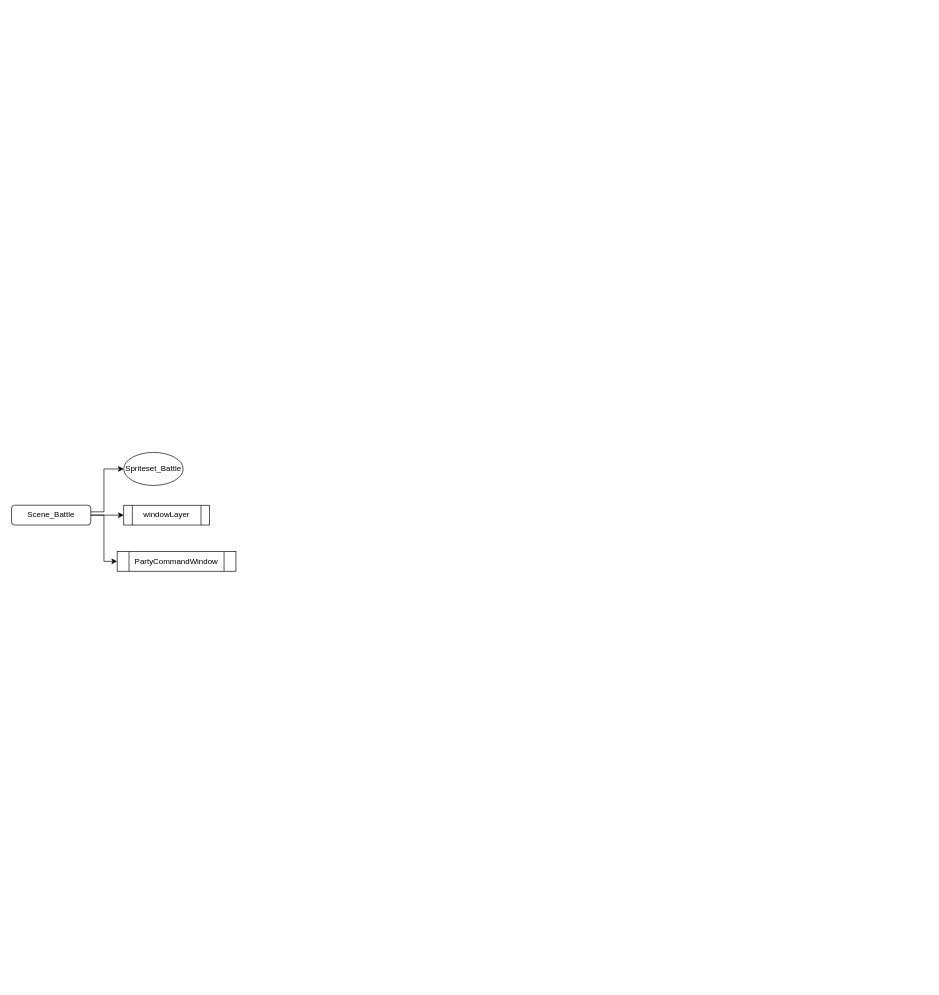
demonxian3/draw.io keeps this draw.io diagram as 未命名绘图.drawio. Above is the earlier version. Source tidied: cells renumbered, new cells numbered last; positions are measured from the earlier drawing's top-left corner, leaving out a move shared by most shapes. Both pictures are drawn from the tidied source at 66%, with x=0, y=0 at pixel (11, 452).
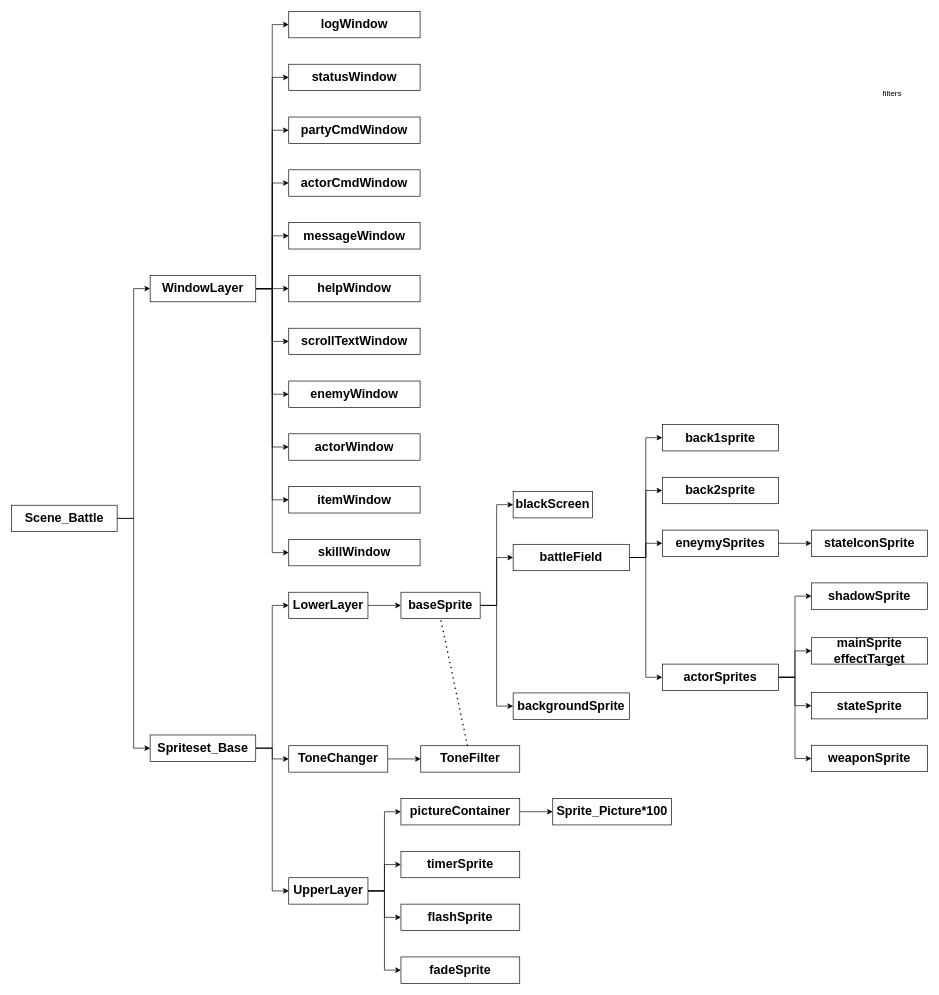
After the change.

The edit, as a diff of the source:
```diff
@@
-    <mxCell id="2" style="edgeStyle=orthogonalEdgeStyle;rounded=0;jettySize=auto;html=1;entryX=0;entryY=0.5;entryDx=0;entryDy=0;" parent="1" edge="1" source="5" target="6">
-      <mxGeometry relative="1" as="geometry">
-        <Array as="points">
-          <mxPoint x="140" y="90" />
-          <mxPoint x="140" y="25" />
-        </Array>
-      </mxGeometry>
-    </mxCell>
-    <mxCell id="3" style="edgeStyle=orthogonalEdgeStyle;rounded=0;jettySize=auto;html=1;" parent="1" edge="1" source="5" target="7">
-      <mxGeometry relative="1" as="geometry" />
-    </mxCell>
-    <mxCell id="4" style="edgeStyle=orthogonalEdgeStyle;rounded=0;jettySize=auto;html=1;entryX=0;entryY=0.5;entryDx=0;entryDy=0;" parent="1" edge="1" source="5" target="8">
-      <mxGeometry relative="1" as="geometry" />
-    </mxCell>
+    <mxCell id="9" style="edgeStyle=orthogonalEdgeStyle;rounded=0;jettySize=auto;html=1;entryX=0;entryY=0.5;entryDx=0;entryDy=0;" parent="1" edge="1" source="10" target="14">
+      <mxGeometry relative="1" as="geometry" />
+    </mxCell>
+    <mxCell id="10" value="&lt;b&gt;&lt;font style=&quot;font-size: 19px;&quot;&gt;LowerLayer&lt;/font&gt;&lt;/b&gt;" style="rounded=0;whiteSpace=wrap;html=1;" parent="1" vertex="1">
+      <mxGeometry x="420" y="211.8" width="120" height="40" as="geometry" />
+    </mxCell>
+    <mxCell id="11" style="edgeStyle=orthogonalEdgeStyle;rounded=0;jettySize=auto;html=1;entryX=0;entryY=0.5;entryDx=0;entryDy=0;" parent="1" edge="1" source="14" target="15">
+      <mxGeometry relative="1" as="geometry" />
+    </mxCell>
+    <mxCell id="12" style="edgeStyle=orthogonalEdgeStyle;rounded=0;jettySize=auto;html=1;entryX=0;entryY=0.5;entryDx=0;entryDy=0;" parent="1" edge="1" source="14" target="21">
+      <mxGeometry relative="1" as="geometry" />
+    </mxCell>
+    <mxCell id="13" style="edgeStyle=orthogonalEdgeStyle;rounded=0;jettySize=auto;html=1;entryX=0;entryY=0.5;entryDx=0;entryDy=0;" parent="1" edge="1" source="14" target="16">
+      <mxGeometry relative="1" as="geometry" />
+    </mxCell>
+    <mxCell id="14" value="&lt;span style=&quot;font-size: 19px;&quot;&gt;&lt;b&gt;baseSprite&lt;/b&gt;&lt;/span&gt;" style="rounded=0;whiteSpace=wrap;html=1;" parent="1" vertex="1">
+      <mxGeometry x="590" y="211.8" width="120" height="40" as="geometry" />
+    </mxCell>
+    <mxCell id="15" value="&lt;span style=&quot;font-size: 19px;&quot;&gt;&lt;b&gt;blackScreen&lt;/b&gt;&lt;/span&gt;" style="rounded=0;whiteSpace=wrap;html=1;" parent="1" vertex="1">
+      <mxGeometry x="760" y="59.2" width="120" height="40" as="geometry" />
+    </mxCell>
+    <mxCell id="16" value="&lt;span style=&quot;font-size: 19px;&quot;&gt;&lt;b&gt;backgroundSprite&lt;br&gt;&lt;/b&gt;&lt;/span&gt;" style="rounded=0;whiteSpace=wrap;html=1;" parent="1" vertex="1">
+      <mxGeometry x="760" y="364.4" width="176" height="40" as="geometry" />
+    </mxCell>
+    <mxCell id="17" style="edgeStyle=orthogonalEdgeStyle;rounded=0;jettySize=auto;html=1;entryX=0;entryY=0.5;entryDx=0;entryDy=0;" parent="1" edge="1" source="21" target="22">
+      <mxGeometry relative="1" as="geometry" />
+    </mxCell>
+    <mxCell id="18" style="edgeStyle=orthogonalEdgeStyle;rounded=0;jettySize=auto;html=1;entryX=0;entryY=0.5;entryDx=0;entryDy=0;" parent="1" edge="1" source="21" target="23">
+      <mxGeometry relative="1" as="geometry" />
+    </mxCell>
+    <mxCell id="19" style="edgeStyle=orthogonalEdgeStyle;rounded=0;jettySize=auto;html=1;entryX=0;entryY=0.5;entryDx=0;entryDy=0;" parent="1" edge="1" source="21" target="25">
+      <mxGeometry relative="1" as="geometry" />
+    </mxCell>
+    <mxCell id="20" style="edgeStyle=orthogonalEdgeStyle;rounded=0;jettySize=auto;html=1;entryX=0;entryY=0.5;entryDx=0;entryDy=0;" parent="1" edge="1" source="21" target="30">
+      <mxGeometry relative="1" as="geometry" />
+    </mxCell>
+    <mxCell id="21" value="&lt;span style=&quot;font-size: 19px;&quot;&gt;&lt;b&gt;battleField&lt;br&gt;&lt;/b&gt;&lt;/span&gt;" style="rounded=0;whiteSpace=wrap;html=1;" parent="1" vertex="1">
+      <mxGeometry x="760" y="139.2" width="176" height="40" as="geometry" />
+    </mxCell>
+    <mxCell id="22" value="&lt;span style=&quot;font-size: 19px;&quot;&gt;&lt;b&gt;back1sprite&lt;br&gt;&lt;/b&gt;&lt;/span&gt;" style="rounded=0;whiteSpace=wrap;html=1;" parent="1" vertex="1">
+      <mxGeometry x="986" y="-42.3" width="176" height="40" as="geometry" />
+    </mxCell>
+    <mxCell id="23" value="&lt;span style=&quot;font-size: 19px;&quot;&gt;&lt;b&gt;back2sprite&lt;br&gt;&lt;/b&gt;&lt;/span&gt;" style="rounded=0;whiteSpace=wrap;html=1;" parent="1" vertex="1">
+      <mxGeometry x="986" y="37.7" width="176" height="40" as="geometry" />
+    </mxCell>
+    <mxCell id="24" style="edgeStyle=orthogonalEdgeStyle;rounded=0;jettySize=auto;html=1;" parent="1" edge="1" source="25" target="31">
+      <mxGeometry relative="1" as="geometry" />
+    </mxCell>
+    <mxCell id="25" value="&lt;span style=&quot;font-size: 19px;&quot;&gt;&lt;b&gt;eneymySprites&lt;br&gt;&lt;/b&gt;&lt;/span&gt;" style="rounded=0;whiteSpace=wrap;html=1;" parent="1" vertex="1">
+      <mxGeometry x="986" y="117.7" width="176" height="40" as="geometry" />
+    </mxCell>
+    <mxCell id="26" style="edgeStyle=orthogonalEdgeStyle;rounded=0;jettySize=auto;html=1;entryX=0;entryY=0.5;entryDx=0;entryDy=0;" parent="1" edge="1" source="30" target="32">
+      <mxGeometry relative="1" as="geometry" />
+    </mxCell>
+    <mxCell id="27" style="edgeStyle=orthogonalEdgeStyle;rounded=0;jettySize=auto;html=1;entryX=0;entryY=0.5;entryDx=0;entryDy=0;" parent="1" edge="1" source="30" target="33">
+      <mxGeometry relative="1" as="geometry" />
+    </mxCell>
+    <mxCell id="28" style="edgeStyle=orthogonalEdgeStyle;rounded=0;jettySize=auto;html=1;entryX=0;entryY=0.5;entryDx=0;entryDy=0;" parent="1" edge="1" source="30" target="34">
+      <mxGeometry relative="1" as="geometry" />
+    </mxCell>
+    <mxCell id="29" style="edgeStyle=orthogonalEdgeStyle;rounded=0;jettySize=auto;html=1;entryX=0;entryY=0.5;entryDx=0;entryDy=0;" parent="1" edge="1" source="30" target="79">
+      <mxGeometry relative="1" as="geometry" />
+    </mxCell>
+    <mxCell id="30" value="&lt;span style=&quot;font-size: 19px;&quot;&gt;&lt;b&gt;actorSprites&lt;br&gt;&lt;/b&gt;&lt;/span&gt;" style="rounded=0;whiteSpace=wrap;html=1;" parent="1" vertex="1">
+      <mxGeometry x="986" y="320.7" width="176" height="40" as="geometry" />
+    </mxCell>
+    <mxCell id="31" value="&lt;span style=&quot;font-size: 19px;&quot;&gt;&lt;b&gt;stateIconSprite&lt;br&gt;&lt;/b&gt;&lt;/span&gt;" style="rounded=0;whiteSpace=wrap;html=1;" parent="1" vertex="1">
+      <mxGeometry x="1212" y="117.7" width="176" height="40" as="geometry" />
+    </mxCell>
+    <mxCell id="32" value="&lt;span style=&quot;font-size: 19px;&quot;&gt;&lt;b&gt;shadowSprite&lt;br&gt;&lt;/b&gt;&lt;/span&gt;" style="rounded=0;whiteSpace=wrap;html=1;" parent="1" vertex="1">
+      <mxGeometry x="1212" y="197.7" width="176" height="40" as="geometry" />
+    </mxCell>
+    <mxCell id="33" value="&lt;span style=&quot;font-size: 19px;&quot;&gt;&lt;b&gt;mainSprite&lt;br&gt;effectTarget&lt;br&gt;&lt;/b&gt;&lt;/span&gt;" style="rounded=0;whiteSpace=wrap;html=1;" parent="1" vertex="1">
+      <mxGeometry x="1212" y="280.7" width="176" height="40" as="geometry" />
+    </mxCell>
+    <mxCell id="34" value="&lt;span style=&quot;font-size: 19px;&quot;&gt;&lt;b&gt;stateSprite&lt;br&gt;&lt;/b&gt;&lt;/span&gt;" style="rounded=0;whiteSpace=wrap;html=1;" parent="1" vertex="1">
+      <mxGeometry x="1212" y="363.7" width="176" height="40" as="geometry" />
+    </mxCell>
+    <mxCell id="35" style="edgeStyle=orthogonalEdgeStyle;rounded=0;jettySize=auto;html=1;entryX=0;entryY=0.5;entryDx=0;entryDy=0;" parent="1" edge="1" source="38" target="10">
+      <mxGeometry relative="1" as="geometry" />
+    </mxCell>
+    <mxCell id="36" style="edgeStyle=orthogonalEdgeStyle;rounded=0;jettySize=auto;html=1;entryX=0;entryY=0.5;entryDx=0;entryDy=0;" parent="1" edge="1" source="38" target="40">
+      <mxGeometry relative="1" as="geometry" />
+    </mxCell>
+    <mxCell id="37" style="edgeStyle=orthogonalEdgeStyle;rounded=0;jettySize=auto;html=1;entryX=0;entryY=0.5;entryDx=0;entryDy=0;" parent="1" edge="1" source="38" target="47">
+      <mxGeometry relative="1" as="geometry" />
+    </mxCell>
+    <mxCell id="38" value="&lt;b&gt;&lt;font style=&quot;font-size: 19px;&quot;&gt;Spriteset_Base&lt;/font&gt;&lt;/b&gt;" style="rounded=0;whiteSpace=wrap;html=1;" parent="1" vertex="1">
+      <mxGeometry x="210" y="428.1" width="160" height="40" as="geometry" />
+    </mxCell>
+    <mxCell id="39" style="edgeStyle=orthogonalEdgeStyle;rounded=0;jettySize=auto;html=1;" parent="1" edge="1" source="40" target="41">
+      <mxGeometry relative="1" as="geometry" />
+    </mxCell>
+    <mxCell id="40" value="&lt;b&gt;&lt;font style=&quot;font-size: 19px;&quot;&gt;ToneChanger&lt;/font&gt;&lt;/b&gt;" style="rounded=0;whiteSpace=wrap;html=1;" parent="1" vertex="1">
+      <mxGeometry x="420" y="444.4" width="150" height="40" as="geometry" />
+    </mxCell>
+    <mxCell id="41" value="&lt;b&gt;&lt;font style=&quot;font-size: 19px;&quot;&gt;ToneFilter&lt;/font&gt;&lt;/b&gt;" style="rounded=0;whiteSpace=wrap;html=1;" parent="1" vertex="1">
+      <mxGeometry x="620" y="444.4" width="150" height="40" as="geometry" />
+    </mxCell>
+    <mxCell id="42" value="filters" style="text;html=1;align=center;verticalAlign=middle;strokeColor=none;fillColor=none;" parent="1" vertex="1">
+      <mxGeometry x="1308.9" y="-558.2" width="50" height="30" as="geometry" />
+    </mxCell>
+    <mxCell id="43" style="edgeStyle=orthogonalEdgeStyle;rounded=0;jettySize=auto;html=1;entryX=0;entryY=0.5;entryDx=0;entryDy=0;" parent="1" edge="1" source="47" target="49">
+      <mxGeometry relative="1" as="geometry" />
+    </mxCell>
+    <mxCell id="44" style="edgeStyle=orthogonalEdgeStyle;rounded=0;jettySize=auto;html=1;entryX=0;entryY=0.5;entryDx=0;entryDy=0;" parent="1" edge="1" source="47" target="51">
+      <mxGeometry relative="1" as="geometry" />
+    </mxCell>
+    <mxCell id="45" style="edgeStyle=orthogonalEdgeStyle;rounded=0;jettySize=auto;html=1;entryX=0;entryY=0.5;entryDx=0;entryDy=0;" parent="1" edge="1" source="47" target="52">
+      <mxGeometry relative="1" as="geometry" />
+    </mxCell>
+    <mxCell id="46" style="edgeStyle=orthogonalEdgeStyle;rounded=0;jettySize=auto;html=1;entryX=0;entryY=0.5;entryDx=0;entryDy=0;" parent="1" edge="1" source="47" target="53">
+      <mxGeometry relative="1" as="geometry" />
+    </mxCell>
+    <mxCell id="47" value="&lt;b&gt;&lt;font style=&quot;font-size: 19px;&quot;&gt;UpperLayer&lt;/font&gt;&lt;/b&gt;" style="rounded=0;whiteSpace=wrap;html=1;" parent="1" vertex="1">
+      <mxGeometry x="420" y="644.4" width="120" height="40" as="geometry" />
+    </mxCell>
+    <mxCell id="48" style="edgeStyle=orthogonalEdgeStyle;rounded=0;jettySize=auto;html=1;" parent="1" edge="1" source="49" target="50">
+      <mxGeometry relative="1" as="geometry" />
+    </mxCell>
+    <mxCell id="49" value="&lt;span style=&quot;font-size: 19px;&quot;&gt;&lt;b&gt;pictureContainer&lt;br&gt;&lt;/b&gt;&lt;/span&gt;" style="rounded=0;whiteSpace=wrap;html=1;" parent="1" vertex="1">
+      <mxGeometry x="590" y="524.4" width="180" height="40" as="geometry" />
+    </mxCell>
+    <mxCell id="50" value="&lt;span style=&quot;font-size: 19px;&quot;&gt;&lt;b&gt;Sprite_Picture*100&lt;br&gt;&lt;/b&gt;&lt;/span&gt;" style="rounded=0;whiteSpace=wrap;html=1;" parent="1" vertex="1">
+      <mxGeometry x="820" y="524.4" width="180" height="40" as="geometry" />
+    </mxCell>
+    <mxCell id="51" value="&lt;span style=&quot;font-size: 19px;&quot;&gt;&lt;b&gt;timerSprite&lt;br&gt;&lt;/b&gt;&lt;/span&gt;" style="rounded=0;whiteSpace=wrap;html=1;" parent="1" vertex="1">
+      <mxGeometry x="590" y="604.4" width="180" height="40" as="geometry" />
+    </mxCell>
+    <mxCell id="52" value="&lt;span style=&quot;font-size: 19px;&quot;&gt;&lt;b&gt;flashSprite&lt;br&gt;&lt;/b&gt;&lt;/span&gt;" style="rounded=0;whiteSpace=wrap;html=1;" parent="1" vertex="1">
+      <mxGeometry x="590" y="684.4" width="180" height="40" as="geometry" />
+    </mxCell>
+    <mxCell id="53" value="&lt;span style=&quot;font-size: 19px;&quot;&gt;&lt;b&gt;fadeSprite&lt;br&gt;&lt;/b&gt;&lt;/span&gt;" style="rounded=0;whiteSpace=wrap;html=1;" parent="1" vertex="1">
+      <mxGeometry x="590" y="764.4" width="180" height="40" as="geometry" />
+    </mxCell>
+    <mxCell id="54" style="edgeStyle=orthogonalEdgeStyle;rounded=0;jettySize=auto;html=1;entryX=0;entryY=0.5;entryDx=0;entryDy=0;" parent="1" edge="1" source="5" target="67">
+      <mxGeometry relative="1" as="geometry" />
+    </mxCell>
+    <mxCell id="55" style="edgeStyle=orthogonalEdgeStyle;rounded=0;jettySize=auto;html=1;entryX=0;entryY=0.5;entryDx=0;entryDy=0;" parent="1" edge="1" source="5" target="38">
+      <mxGeometry relative="1" as="geometry" />
+    </mxCell>
-    <mxCell id="5" value="Scene_Battle" style="rounded=1;whiteSpace=wrap;html=1;" parent="1" vertex="1">
-      <mxGeometry y="80" width="120" height="30" as="geometry" />
+    <mxCell id="5" value="&lt;span style=&quot;font-size: 19px;&quot;&gt;&lt;b&gt;Scene_Battle&lt;/b&gt;&lt;/span&gt;" style="rounded=0;whiteSpace=wrap;html=1;" parent="1" vertex="1">
+      <mxGeometry y="80" width="160" height="40" as="geometry" />
     </mxCell>
-    <mxCell id="6" value="Spriteset_Battle" style="ellipse;whiteSpace=wrap;html=1;" parent="1" vertex="1">
-      <mxGeometry x="170" width="90" height="50" as="geometry" />
-    </mxCell>
-    <mxCell id="7" value="windowLayer" style="shape=process;whiteSpace=wrap;html=1;backgroundOutline=1;" parent="1" vertex="1">
-      <mxGeometry x="170" y="80" width="130" height="30" as="geometry" />
-    </mxCell>
-    <mxCell id="8" value="PartyCommandWindow" style="shape=process;whiteSpace=wrap;html=1;backgroundOutline=1;" parent="1" vertex="1">
-      <mxGeometry x="160" y="150" width="180" height="30" as="geometry" />
-    </mxCell>
+    <mxCell id="56" style="edgeStyle=orthogonalEdgeStyle;rounded=0;jettySize=auto;html=1;entryX=0;entryY=0.5;entryDx=0;entryDy=0;" parent="1" edge="1" source="67" target="68">
+      <mxGeometry relative="1" as="geometry" />
+    </mxCell>
+    <mxCell id="57" style="edgeStyle=orthogonalEdgeStyle;rounded=0;jettySize=auto;html=1;entryX=0;entryY=0.5;entryDx=0;entryDy=0;" parent="1" edge="1" source="67" target="70">
+      <mxGeometry relative="1" as="geometry" />
+    </mxCell>
+    <mxCell id="58" style="edgeStyle=orthogonalEdgeStyle;rounded=0;jettySize=auto;html=1;entryX=0;entryY=0.5;entryDx=0;entryDy=0;" parent="1" edge="1" source="67" target="69">
+      <mxGeometry relative="1" as="geometry" />
+    </mxCell>
+    <mxCell id="59" style="edgeStyle=orthogonalEdgeStyle;rounded=0;jettySize=auto;html=1;entryX=0;entryY=0.5;entryDx=0;entryDy=0;" parent="1" edge="1" source="67" target="73">
+      <mxGeometry relative="1" as="geometry" />
+    </mxCell>
+    <mxCell id="60" style="edgeStyle=orthogonalEdgeStyle;rounded=0;jettySize=auto;html=1;entryX=0;entryY=0.5;entryDx=0;entryDy=0;" parent="1" edge="1" source="67" target="74">
+      <mxGeometry relative="1" as="geometry" />
+    </mxCell>
+    <mxCell id="61" style="edgeStyle=orthogonalEdgeStyle;rounded=0;jettySize=auto;html=1;entryX=0;entryY=0.5;entryDx=0;entryDy=0;" parent="1" edge="1" source="67" target="72">
+      <mxGeometry relative="1" as="geometry" />
+    </mxCell>
+    <mxCell id="62" style="edgeStyle=orthogonalEdgeStyle;rounded=0;jettySize=auto;html=1;entryX=0;entryY=0.5;entryDx=0;entryDy=0;" parent="1" edge="1" source="67" target="78">
+      <mxGeometry relative="1" as="geometry" />
+    </mxCell>
+    <mxCell id="63" style="edgeStyle=orthogonalEdgeStyle;rounded=0;jettySize=auto;html=1;entryX=0;entryY=0.5;entryDx=0;entryDy=0;" parent="1" edge="1" source="67" target="75">
+      <mxGeometry relative="1" as="geometry" />
+    </mxCell>
+    <mxCell id="64" style="edgeStyle=orthogonalEdgeStyle;rounded=0;jettySize=auto;html=1;entryX=0;entryY=0.5;entryDx=0;entryDy=0;" parent="1" edge="1" source="67" target="76">
+      <mxGeometry relative="1" as="geometry" />
+    </mxCell>
+    <mxCell id="65" style="edgeStyle=orthogonalEdgeStyle;rounded=0;jettySize=auto;html=1;entryX=0;entryY=0.5;entryDx=0;entryDy=0;" parent="1" edge="1" source="67" target="77">
+      <mxGeometry relative="1" as="geometry" />
+    </mxCell>
+    <mxCell id="66" style="edgeStyle=orthogonalEdgeStyle;rounded=0;jettySize=auto;html=1;entryX=0;entryY=0.5;entryDx=0;entryDy=0;" parent="1" edge="1" source="67" target="71">
+      <mxGeometry relative="1" as="geometry" />
+    </mxCell>
+    <mxCell id="67" value="&lt;b&gt;&lt;font style=&quot;font-size: 19px;&quot;&gt;WindowLayer&lt;br&gt;&lt;/font&gt;&lt;/b&gt;" style="rounded=0;whiteSpace=wrap;html=1;" parent="1" vertex="1">
+      <mxGeometry x="210" y="-268.2" width="160" height="40" as="geometry" />
+    </mxCell>
+    <mxCell id="68" value="&lt;b&gt;&lt;font style=&quot;font-size: 19px;&quot;&gt;&lt;b&gt;logWindow&lt;/b&gt;&lt;br&gt;&lt;/font&gt;&lt;/b&gt;" style="rounded=0;whiteSpace=wrap;html=1;" parent="1" vertex="1">
+      <mxGeometry x="420" y="-668.2" width="199" height="40" as="geometry" />
+    </mxCell>
+    <mxCell id="69" value="&lt;b&gt;&lt;font style=&quot;font-size: 19px;&quot;&gt;&lt;b&gt;partyCmdWindow&lt;/b&gt;&lt;br&gt;&lt;/font&gt;&lt;/b&gt;" style="rounded=0;whiteSpace=wrap;html=1;" parent="1" vertex="1">
+      <mxGeometry x="420" y="-508.2" width="199" height="40" as="geometry" />
+    </mxCell>
+    <mxCell id="70" value="&lt;b&gt;&lt;font style=&quot;font-size: 19px;&quot;&gt;&lt;b&gt;statusWindow&lt;/b&gt;&lt;br&gt;&lt;/font&gt;&lt;/b&gt;" style="rounded=0;whiteSpace=wrap;html=1;" parent="1" vertex="1">
+      <mxGeometry x="420" y="-588.2" width="199" height="40" as="geometry" />
+    </mxCell>
+    <mxCell id="71" value="&lt;b&gt;&lt;font style=&quot;font-size: 19px;&quot;&gt;&lt;b&gt;skillWindow&lt;/b&gt;&lt;br&gt;&lt;/font&gt;&lt;/b&gt;" style="rounded=0;whiteSpace=wrap;html=1;" parent="1" vertex="1">
+      <mxGeometry x="420" y="131.8" width="199" height="40" as="geometry" />
+    </mxCell>
+    <mxCell id="72" value="&lt;b&gt;&lt;font style=&quot;font-size: 19px;&quot;&gt;&lt;b&gt;helpWindow&lt;/b&gt;&lt;br&gt;&lt;/font&gt;&lt;/b&gt;" style="rounded=0;whiteSpace=wrap;html=1;" parent="1" vertex="1">
+      <mxGeometry x="420" y="-268.2" width="199" height="40" as="geometry" />
+    </mxCell>
+    <mxCell id="73" value="&lt;b&gt;&lt;font style=&quot;font-size: 19px;&quot;&gt;&lt;b&gt;actorCmdWindow&lt;/b&gt;&lt;br&gt;&lt;/font&gt;&lt;/b&gt;" style="rounded=0;whiteSpace=wrap;html=1;" parent="1" vertex="1">
+      <mxGeometry x="420" y="-428.2" width="199" height="40" as="geometry" />
+    </mxCell>
+    <mxCell id="74" value="&lt;b&gt;&lt;font style=&quot;font-size: 19px;&quot;&gt;&lt;b&gt;messageWindow&lt;/b&gt;&lt;br&gt;&lt;/font&gt;&lt;/b&gt;" style="rounded=0;whiteSpace=wrap;html=1;" parent="1" vertex="1">
+      <mxGeometry x="420" y="-348.2" width="199" height="40" as="geometry" />
+    </mxCell>
+    <mxCell id="75" value="&lt;b&gt;&lt;font style=&quot;font-size: 19px;&quot;&gt;enemyWindow&lt;br&gt;&lt;/font&gt;&lt;/b&gt;" style="rounded=0;whiteSpace=wrap;html=1;" parent="1" vertex="1">
+      <mxGeometry x="420" y="-108.2" width="199" height="40" as="geometry" />
+    </mxCell>
+    <mxCell id="76" value="&lt;b&gt;&lt;font style=&quot;font-size: 19px;&quot;&gt;&lt;b&gt;actorWindow&lt;/b&gt;&lt;br&gt;&lt;/font&gt;&lt;/b&gt;" style="rounded=0;whiteSpace=wrap;html=1;" parent="1" vertex="1">
+      <mxGeometry x="420" y="-28.2" width="199" height="40" as="geometry" />
+    </mxCell>
+    <mxCell id="77" value="&lt;b&gt;&lt;font style=&quot;font-size: 19px;&quot;&gt;&lt;b&gt;itemWindow&lt;/b&gt;&lt;br&gt;&lt;/font&gt;&lt;/b&gt;" style="rounded=0;whiteSpace=wrap;html=1;" parent="1" vertex="1">
+      <mxGeometry x="420" y="51.8" width="199" height="40" as="geometry" />
+    </mxCell>
+    <mxCell id="78" value="&lt;b&gt;&lt;font style=&quot;font-size: 19px;&quot;&gt;&lt;b&gt;scrollTextWindow&lt;/b&gt;&lt;br&gt;&lt;/font&gt;&lt;/b&gt;" style="rounded=0;whiteSpace=wrap;html=1;" parent="1" vertex="1">
+      <mxGeometry x="420" y="-188.2" width="199" height="40" as="geometry" />
+    </mxCell>
+    <mxCell id="79" value="&lt;span style=&quot;font-size: 19px;&quot;&gt;&lt;b&gt;weaponSprite&lt;br&gt;&lt;/b&gt;&lt;/span&gt;" style="rounded=0;whiteSpace=wrap;html=1;" parent="1" vertex="1">
+      <mxGeometry x="1212" y="443.7" width="176" height="40" as="geometry" />
+    </mxCell>
+    <mxCell id="80" style="endArrow=none;dashed=1;html=1;dashPattern=1 3;strokeWidth=2;rounded=0;entryX=0.5;entryY=1;entryDx=0;entryDy=0;" parent="1" edge="1" source="41" target="14">
+      <mxGeometry relative="1" as="geometry" />
+    </mxCell>
```
